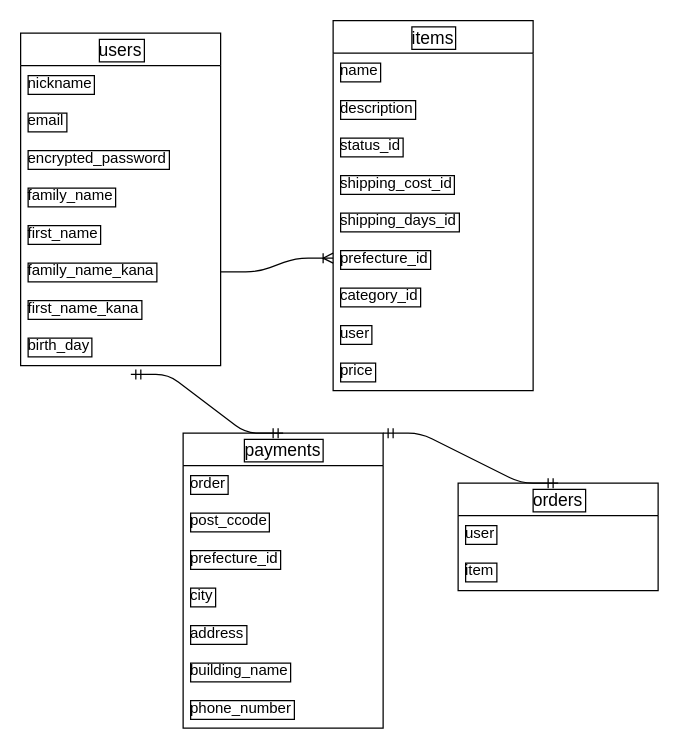
Above: furima.dio in harakoryunosuke/furima-37751 (draw.io), before the change. Source tidied: cells renumbered, new cells numbered last; positions are measured from the earlier drawing's top-left corner, leaving out a move shared by most shapes. Both pictures are drawn from the tidied source at 125%, with x=0, y=0 at pixel (20, 20).
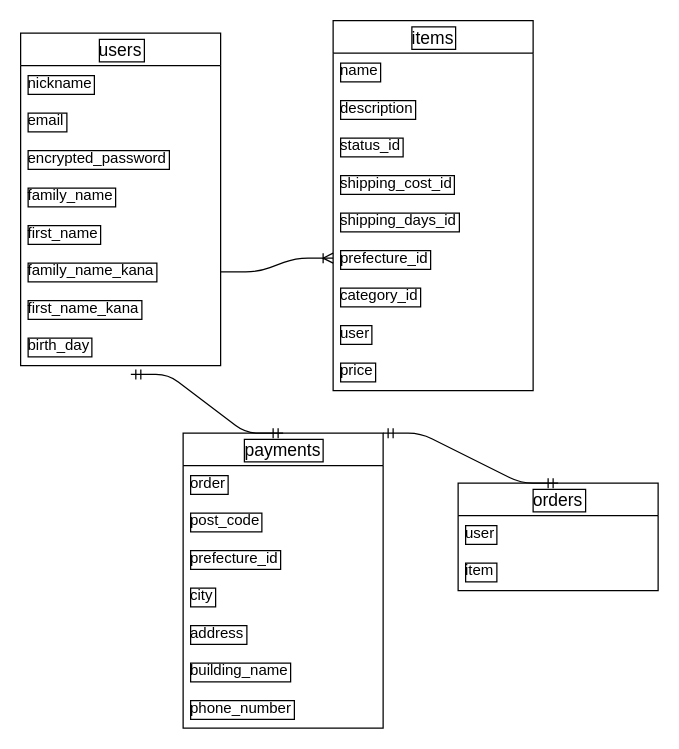
The same diagram, later.

Unchanged cells that the change refers to:
```xml
<mxCell id="21" value="payments" style="swimlane;fontStyle=0;horizontal=1;startSize=26;align=center;fontSize=14;labelBorderColor=default;" parent="1" vertex="1">
  <mxGeometry x="130" y="330" width="160" height="236" as="geometry" />
</mxCell>
```

Change to the diagram source:
```diff
@@
-    <mxCell id="23" value="post_ccode" style="text;strokeColor=none;fillColor=none;spacingLeft=4;spacingRight=4;overflow=hidden;fontSize=12;labelBorderColor=default;" parent="21" vertex="1">
+    <mxCell id="23" value="post_code" style="text;strokeColor=none;fillColor=none;spacingLeft=4;spacingRight=4;overflow=hidden;fontSize=12;labelBorderColor=default;" parent="21" vertex="1">
       <mxGeometry y="56" width="160" height="30" as="geometry" />
     </mxCell>
```
